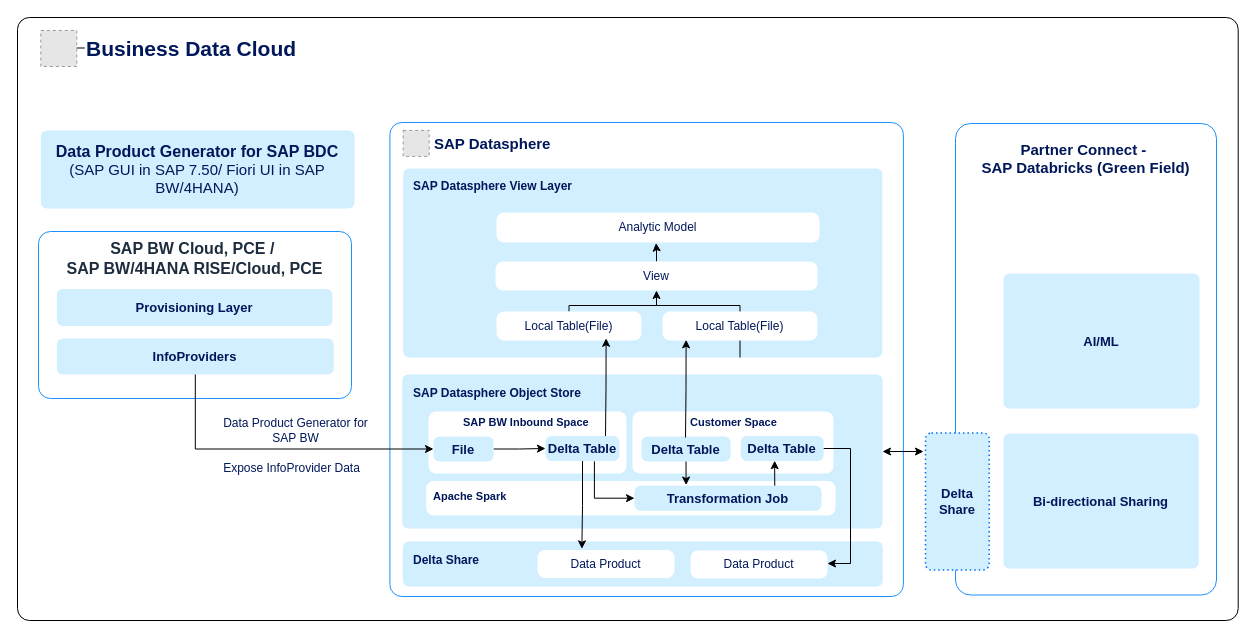
The draw.io diagram docs/ref-arch/RA0013/4-modernizing-sap-bw-with-sap-bdc/drawio/bw-approach-2.drawio in SAP/architecture-center, before the edit. Source tidied: cells renumbered, new cells numbered last; positions are measured from the earlier drawing's top-left corner, leaving out a move shared by most shapes. Both pictures are drawn from the tidied source at 100%, with x=0, y=0 at pixel (17, 17). Pictures stored in the file or linked from it are replaced by grey dashed boxes.
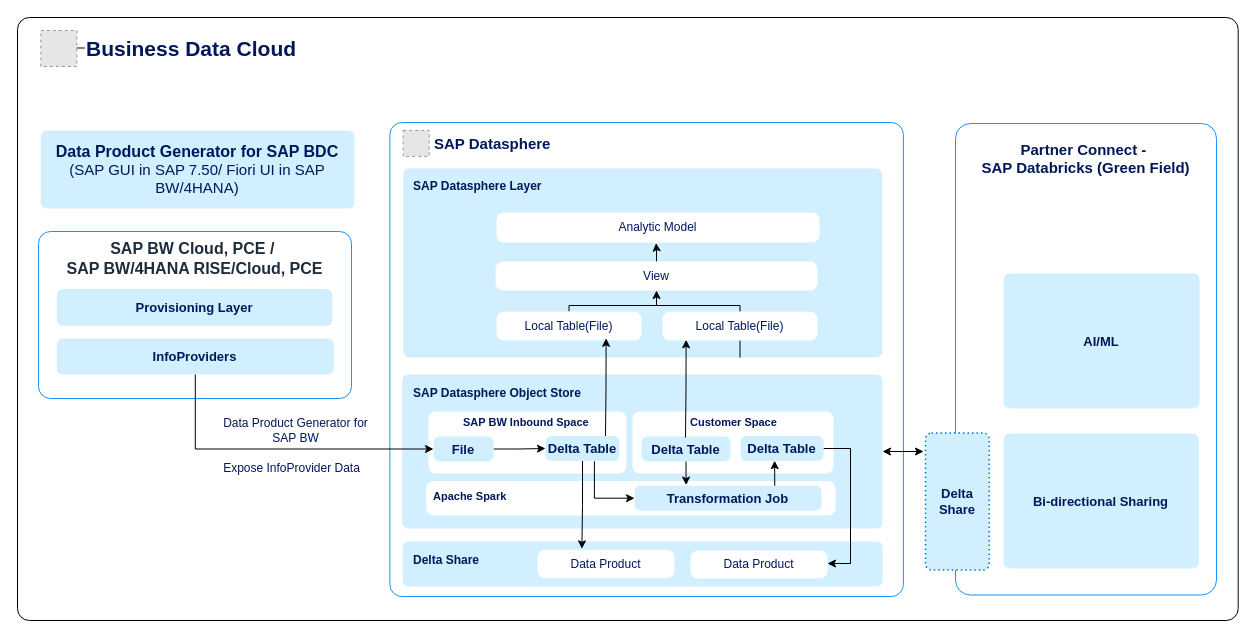
The same page after the edit.

What changed in the source:
```diff
@@
-    <mxCell id="25" value="&lt;font face=&quot;arial&quot;&gt;&lt;b&gt;SAP Datasphere&amp;nbsp;&lt;/b&gt;&lt;/font&gt;&lt;b style=&quot;font-family: arial; background-color: transparent;&quot;&gt;View Layer&lt;/b&gt;" style="text;html=1;align=left;verticalAlign=middle;strokeColor=none;fillColor=none;fontSize=12;fontColor=light-dark(#00185A,#C5D9FF);fontFamily=Helvetica;" parent="1" vertex="1">
-      <mxGeometry x="394" y="156" width="177" height="26" as="geometry" />
+    <mxCell id="25" value="&lt;font face=&quot;arial&quot;&gt;&lt;b&gt;SAP Datasphere&lt;/b&gt;&lt;/font&gt;&lt;b style=&quot;font-family: arial; background-color: transparent;&quot;&gt;&amp;nbsp;Layer&lt;/b&gt;" style="text;html=1;align=left;verticalAlign=middle;strokeColor=none;fillColor=none;fontSize=12;fontColor=light-dark(#00185A,#C5D9FF);fontFamily=Helvetica;" parent="1" vertex="1">
+      <mxGeometry x="394" y="156" width="147" height="26" as="geometry" />
     </mxCell>
```
